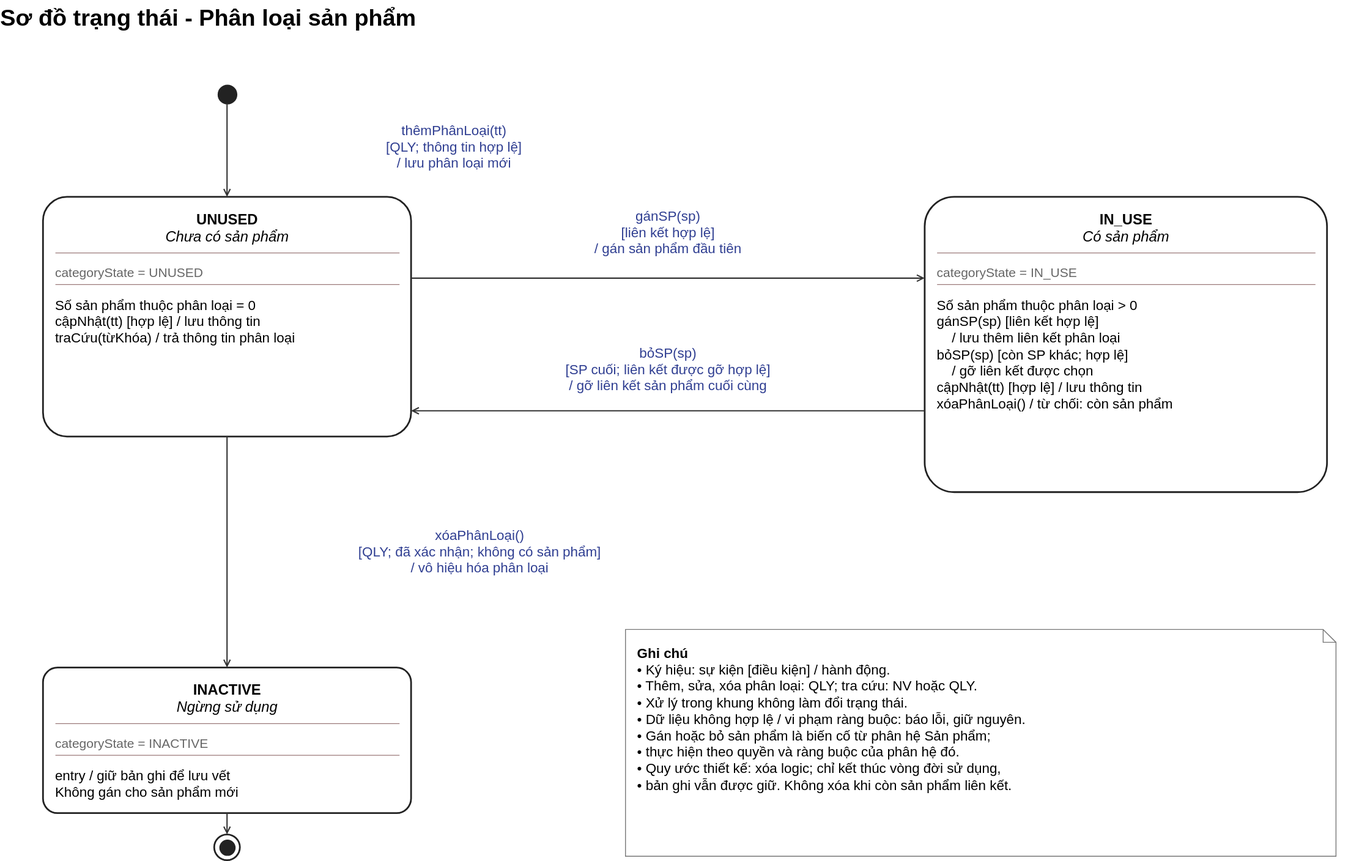
Earlier version of the draw.io export 4.Submit_State/PLSP.drawio.svg (DPEldich/DOC-OOAD). Source tidied: cells renumbered, new cells last; positions are measured from the earlier drawing's top-left corner, leaving out a move shared by most shapes.
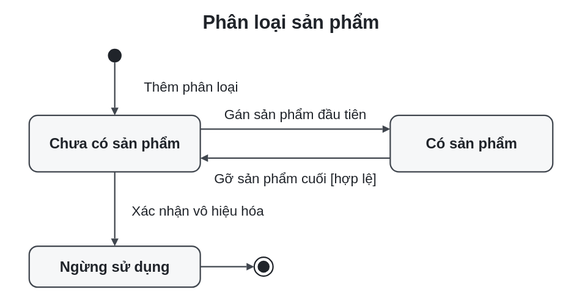
After the commit.

What changed in the source:
```diff
@@ -1,120 +1,50 @@
-<mxGraphModel>
+<mxGraphModel background="#ffffff">
   <root>
     <mxCell id="0" />
     <mxCell id="1" parent="0" />
-    <mxCell id="2" value="&lt;b&gt;Sơ đồ trạng thái - Phân loại sản phẩm&lt;/b&gt;" style="text;html=1;strokeColor=none;fillColor=none;align=left;verticalAlign=top;whiteSpace=wrap;overflow=hidden;fontFamily=Arial;spacing=0;fontSize=27;" parent="1" vertex="1">
-      <mxGeometry width="1600" height="34" as="geometry" />
+    <mxCell id="2" value="Phân loại sản phẩm" style="text;strokeColor=none;fillColor=none;fontSize=22;fontStyle=1;fontFamily=Arial;fontColor=#20242a;align=center;verticalAlign=middle;whiteSpace=wrap;html=0;" parent="1" vertex="1">
+      <mxGeometry x="-32" y="-12" width="664" height="36" as="geometry" />
     </mxCell>
+    <mxCell id="21" style="ellipse;strokeColor=#20242a;fillColor=#20242a;strokeWidth=1.6;fontFamily=Arial;fontColor=#20242a;align=center;verticalAlign=middle;whiteSpace=wrap;html=0;" parent="1" vertex="1">
+      <mxGeometry x="86" y="37" width="16" height="16" as="geometry" />
+    </mxCell>
-    <mxCell id="3" style="rounded=1;arcSize=10;whiteSpace=wrap;html=1;fillColor=#ffffff;strokeColor=#222222;strokeWidth=2;" parent="1" vertex="1">
-      <mxGeometry x="50" y="230" width="430" height="280" as="geometry" />
+    <mxCell id="3" value="Chưa có sản phẩm" style="rounded=1;absoluteArcSize=1;arcSize=20;strokeColor=#40464e;strokeWidth=1.6;fillColor=#f6f7f8;fontSize=17;fontStyle=1;fontFamily=Arial;fontColor=#20242a;align=center;verticalAlign=middle;whiteSpace=wrap;html=0;" parent="1" vertex="1">
+      <mxGeometry x="-6" y="115" width="200" height="66" as="geometry" />
     </mxCell>
-    <mxCell id="4" value="&lt;b&gt;UNUSED&lt;/b&gt;&lt;br&gt;&lt;i&gt;Chưa có sản phẩm&lt;/i&gt;" style="text;html=1;strokeColor=none;fillColor=none;align=left;verticalAlign=top;whiteSpace=wrap;overflow=hidden;fontFamily=Arial;spacing=0;fontSize=17;align=center;" parent="3" vertex="1">
-      <mxGeometry x="12" y="12" width="406" height="50" as="geometry" />
-    </mxCell>
-    <mxCell id="5" value="categoryState = UNUSED" style="text;html=1;strokeColor=none;fillColor=none;align=left;verticalAlign=top;whiteSpace=wrap;overflow=hidden;fontFamily=Arial;spacing=0;fontSize=15;fontColor=#666666;" parent="3" vertex="1">
-      <mxGeometry x="14" y="75" width="402" height="25" as="geometry" />
-    </mxCell>
-    <mxCell id="6" value="Số sản phẩm thuộc phân loại = 0&lt;br&gt;cậpNhật(tt) [hợp lệ] / lưu thông tin&lt;br&gt;traCứu(từKhóa) / trả thông tin phân loại" style="text;html=1;strokeColor=none;fillColor=none;align=left;verticalAlign=top;whiteSpace=wrap;overflow=hidden;fontFamily=Arial;spacing=0;fontSize=16;lineHeight=21;" parent="3" vertex="1">
-      <mxGeometry x="14" y="112" width="402" height="158" as="geometry" />
-    </mxCell>
-    <mxCell id="7" style="endArrow=none;startArrow=none;strokeColor=#9a7979;strokeWidth=1;html=1;" parent="3" edge="1">
-      <mxGeometry relative="1" as="geometry">
-        <mxPoint x="14" y="65" as="sourcePoint" />
-        <mxPoint x="416" y="65" as="targetPoint" />
-      </mxGeometry>
-    </mxCell>
-    <mxCell id="8" style="endArrow=none;startArrow=none;strokeColor=#9a7979;strokeWidth=1;html=1;" parent="3" edge="1">
-      <mxGeometry relative="1" as="geometry">
-        <mxPoint x="14" y="102" as="sourcePoint" />
-        <mxPoint x="416" y="102" as="targetPoint" />
-      </mxGeometry>
-    </mxCell>
-    <mxCell id="9" style="rounded=1;arcSize=10;whiteSpace=wrap;html=1;fillColor=#ffffff;strokeColor=#222222;strokeWidth=2;" parent="1" vertex="1">
-      <mxGeometry x="1080" y="230" width="470" height="345" as="geometry" />
+    <mxCell id="9" value="Có sản phẩm" style="rounded=1;absoluteArcSize=1;arcSize=20;strokeColor=#40464e;strokeWidth=1.6;fillColor=#f6f7f8;fontSize=17;fontStyle=1;fontFamily=Arial;fontColor=#20242a;align=center;verticalAlign=middle;whiteSpace=wrap;html=0;" parent="1" vertex="1">
+      <mxGeometry x="416" y="115" width="190" height="66" as="geometry" />
     </mxCell>
-    <mxCell id="10" value="&lt;b&gt;IN_USE&lt;/b&gt;&lt;br&gt;&lt;i&gt;Có sản phẩm&lt;/i&gt;" style="text;html=1;strokeColor=none;fillColor=none;align=left;verticalAlign=top;whiteSpace=wrap;overflow=hidden;fontFamily=Arial;spacing=0;fontSize=17;align=center;" parent="9" vertex="1">
-      <mxGeometry x="12" y="12" width="446" height="50" as="geometry" />
-    </mxCell>
-    <mxCell id="11" value="categoryState = IN_USE" style="text;html=1;strokeColor=none;fillColor=none;align=left;verticalAlign=top;whiteSpace=wrap;overflow=hidden;fontFamily=Arial;spacing=0;fontSize=15;fontColor=#666666;" parent="9" vertex="1">
-      <mxGeometry x="14" y="75" width="442" height="25" as="geometry" />
-    </mxCell>
-    <mxCell id="12" value="Số sản phẩm thuộc phân loại &amp;gt; 0&lt;br&gt;gánSP(sp) [liên kết hợp lệ]&lt;br&gt;&amp;nbsp;&amp;nbsp;&amp;nbsp;&amp;nbsp;/ lưu thêm liên kết phân loại&lt;br&gt;bỏSP(sp) [còn SP khác; hợp lệ]&lt;br&gt;&amp;nbsp;&amp;nbsp;&amp;nbsp;&amp;nbsp;/ gỡ liên kết được chọn&lt;br&gt;cậpNhật(tt) [hợp lệ] / lưu thông tin&lt;br&gt;xóaPhânLoại() / từ chối: còn sản phẩm" style="text;html=1;strokeColor=none;fillColor=none;align=left;verticalAlign=top;whiteSpace=wrap;overflow=hidden;fontFamily=Arial;spacing=0;fontSize=16;lineHeight=21;" parent="9" vertex="1">
-      <mxGeometry x="14" y="112" width="442" height="223" as="geometry" />
-    </mxCell>
-    <mxCell id="13" style="endArrow=none;startArrow=none;strokeColor=#9a7979;strokeWidth=1;html=1;" parent="9" edge="1">
-      <mxGeometry relative="1" as="geometry">
-        <mxPoint x="14" y="65" as="sourcePoint" />
-        <mxPoint x="456" y="65" as="targetPoint" />
-      </mxGeometry>
-    </mxCell>
-    <mxCell id="14" style="endArrow=none;startArrow=none;strokeColor=#9a7979;strokeWidth=1;html=1;" parent="9" edge="1">
-      <mxGeometry relative="1" as="geometry">
-        <mxPoint x="14" y="102" as="sourcePoint" />
-        <mxPoint x="456" y="102" as="targetPoint" />
-      </mxGeometry>
-    </mxCell>
-    <mxCell id="15" style="rounded=1;arcSize=10;whiteSpace=wrap;html=1;fillColor=#ffffff;strokeColor=#222222;strokeWidth=2;" parent="1" vertex="1">
-      <mxGeometry x="50" y="780" width="430" height="170" as="geometry" />
+    <mxCell id="15" value="Ngừng sử dụng" style="rounded=1;absoluteArcSize=1;arcSize=20;strokeColor=#40464e;strokeWidth=1.6;fillColor=#f6f7f8;fontSize=17;fontStyle=1;fontFamily=Arial;fontColor=#20242a;align=center;verticalAlign=middle;whiteSpace=wrap;html=0;" parent="1" vertex="1">
+      <mxGeometry x="-6" y="268" width="200" height="48" as="geometry" />
     </mxCell>
-    <mxCell id="16" value="&lt;b&gt;INACTIVE&lt;/b&gt;&lt;br&gt;&lt;i&gt;Ngừng sử dụng&lt;/i&gt;" style="text;html=1;strokeColor=none;fillColor=none;align=left;verticalAlign=top;whiteSpace=wrap;overflow=hidden;fontFamily=Arial;spacing=0;fontSize=17;align=center;" parent="15" vertex="1">
-      <mxGeometry x="12" y="12" width="406" height="50" as="geometry" />
-    </mxCell>
-    <mxCell id="17" value="categoryState = INACTIVE" style="text;html=1;strokeColor=none;fillColor=none;align=left;verticalAlign=top;whiteSpace=wrap;overflow=hidden;fontFamily=Arial;spacing=0;fontSize=15;fontColor=#666666;" parent="15" vertex="1">
-      <mxGeometry x="14" y="75" width="402" height="25" as="geometry" />
-    </mxCell>
-    <mxCell id="18" value="entry / giữ bản ghi để lưu vết&lt;br&gt;Không gán cho sản phẩm mới" style="text;html=1;strokeColor=none;fillColor=none;align=left;verticalAlign=top;whiteSpace=wrap;overflow=hidden;fontFamily=Arial;spacing=0;fontSize=16;lineHeight=21;" parent="15" vertex="1">
-      <mxGeometry x="14" y="112" width="402" height="48" as="geometry" />
-    </mxCell>
-    <mxCell id="19" style="endArrow=none;startArrow=none;strokeColor=#9a7979;strokeWidth=1;html=1;" parent="15" edge="1">
-      <mxGeometry relative="1" as="geometry">
-        <mxPoint x="14" y="65" as="sourcePoint" />
-        <mxPoint x="416" y="65" as="targetPoint" />
-      </mxGeometry>
-    </mxCell>
-    <mxCell id="20" style="endArrow=none;startArrow=none;strokeColor=#9a7979;strokeWidth=1;html=1;" parent="15" edge="1">
-      <mxGeometry relative="1" as="geometry">
-        <mxPoint x="14" y="102" as="sourcePoint" />
-        <mxPoint x="416" y="102" as="targetPoint" />
-      </mxGeometry>
-    </mxCell>
-    <mxCell id="21" style="ellipse;html=1;fillColor=#222222;strokeColor=#222222;" parent="1" vertex="1">
-      <mxGeometry x="254" y="99" width="22" height="22" as="geometry" />
-    </mxCell>
-    <mxCell id="22" style="ellipse;html=1;fillColor=#ffffff;strokeColor=#222222;strokeWidth=2;" parent="1" vertex="1">
-      <mxGeometry x="250" y="975" width="30" height="30" as="geometry" />
+    <mxCell id="22" style="ellipse;fillColor=#ffffff;strokeColor=#20242a;strokeWidth=1.6;" parent="1" vertex="1">
+      <mxGeometry x="257" y="281" width="22" height="22" as="geometry" />
     </mxCell>
-    <mxCell id="23" style="ellipse;html=1;fillColor=#222222;strokeColor=#222222;" parent="1" vertex="1">
-      <mxGeometry x="256" y="981" width="18" height="18" as="geometry" />
+    <mxCell id="23" style="ellipse;fillColor=#20242a;strokeColor=none;" parent="22" vertex="1">
+      <mxGeometry x="4" y="4" width="14" height="14" as="geometry" />
     </mxCell>
-    <mxCell id="24" style="edgeStyle=none;rounded=1;endArrow=open;endFill=0;strokeColor=#333333;strokeWidth=1.5;exitX=0.5;exitY=1;exitPerimeter=0;entryX=0.5;entryY=0.0;entryPerimeter=0;" parent="1" edge="1" source="21" target="3">
-      <mxGeometry relative="1" as="geometry" />
+    <mxCell id="24" value="Thêm phân loại" style="noEdgeStyle=1;rounded=1;endArrow=block;endFill=1;endSize=8;strokeWidth=1.6;strokeColor=#40464e;fontFamily=Arial;fontSize=16;fontColor=#20242a;align=center;verticalAlign=middle;html=0;exitX=0.5;exitY=1;exitPerimeter=0;entryX=0.5;entryY=0;entryPerimeter=0;" parent="1" edge="1" source="21" target="3">
+      <mxGeometry relative="1" as="geometry">
+        <mxPoint x="89" y="-2" as="offset" />
+      </mxGeometry>
     </mxCell>
-    <mxCell id="25" value="thêmPhânLoại(tt)&lt;br&gt;[QLY; thông tin hợp lệ]&lt;br&gt;/ lưu phân loại mới" style="text;html=1;strokeColor=none;fillColor=none;align=left;verticalAlign=top;whiteSpace=wrap;overflow=hidden;fontFamily=Arial;spacing=0;fontSize=16;fontColor=#303f92;align=center;fillColor=#ffffff;" parent="1" vertex="1">
-      <mxGeometry x="295" y="138" width="470" height="71" as="geometry" />
-    </mxCell>
-    <mxCell id="26" style="edgeStyle=none;rounded=1;endArrow=open;endFill=0;strokeColor=#333333;strokeWidth=1.5;exitX=1.0;exitY=0.3392857142857143;exitPerimeter=0;entryX=0.0;entryY=0.2753623188405797;entryPerimeter=0;" parent="1" edge="1" source="3" target="9">
-      <mxGeometry relative="1" as="geometry" />
+    <mxCell id="26" value="Gán sản phẩm đầu tiên" style="noEdgeStyle=1;rounded=1;endArrow=block;endFill=1;endSize=8;strokeWidth=1.6;strokeColor=#40464e;fontFamily=Arial;fontSize=16;fontColor=#20242a;align=center;verticalAlign=middle;html=0;exitX=1;exitY=0.242424;exitPerimeter=0;entryX=0;entryY=0.242424;entryPerimeter=0;" parent="1" edge="1" source="3" target="9">
+      <mxGeometry relative="1" as="geometry">
+        <mxPoint y="-17" as="offset" />
+      </mxGeometry>
     </mxCell>
-    <mxCell id="27" value="gánSP(sp)&lt;br&gt;[liên kết hợp lệ]&lt;br&gt;/ gán sản phẩm đầu tiên" style="text;html=1;strokeColor=none;fillColor=none;align=left;verticalAlign=top;whiteSpace=wrap;overflow=hidden;fontFamily=Arial;spacing=0;fontSize=16;fontColor=#303f92;align=center;fillColor=#ffffff;" parent="1" vertex="1">
-      <mxGeometry x="505" y="238" width="550" height="71" as="geometry" />
-    </mxCell>
-    <mxCell id="28" style="edgeStyle=none;rounded=1;endArrow=open;endFill=0;strokeColor=#333333;strokeWidth=1.5;exitX=0.0;exitY=0.7246376811594203;exitPerimeter=0;entryX=1.0;entryY=0.8928571428571429;entryPerimeter=0;" parent="1" edge="1" source="9" target="3">
-      <mxGeometry relative="1" as="geometry" />
+    <mxCell id="28" value="Gỡ sản phẩm cuối [hợp lệ]" style="noEdgeStyle=1;rounded=1;endArrow=block;endFill=1;endSize=8;strokeWidth=1.6;strokeColor=#40464e;fontFamily=Arial;fontSize=16;fontColor=#20242a;align=center;verticalAlign=middle;html=0;exitX=0;exitY=0.757576;exitPerimeter=0;entryX=1;entryY=0.757576;entryPerimeter=0;" parent="1" edge="1" source="9" target="3">
+      <mxGeometry relative="1" as="geometry">
+        <mxPoint y="24" as="offset" />
+      </mxGeometry>
     </mxCell>
-    <mxCell id="29" value="bỏSP(sp)&lt;br&gt;[SP cuối; liên kết được gỡ hợp lệ]&lt;br&gt;/ gỡ liên kết sản phẩm cuối cùng" style="text;html=1;strokeColor=none;fillColor=none;align=left;verticalAlign=top;whiteSpace=wrap;overflow=hidden;fontFamily=Arial;spacing=0;fontSize=16;fontColor=#303f92;align=center;fillColor=#ffffff;" parent="1" vertex="1">
-      <mxGeometry x="505" y="398" width="550" height="71" as="geometry" />
-    </mxCell>
-    <mxCell id="30" style="edgeStyle=none;rounded=1;endArrow=open;endFill=0;strokeColor=#333333;strokeWidth=1.5;exitX=0.5;exitY=1.0;exitPerimeter=0;entryX=0.5;entryY=0.0;entryPerimeter=0;" parent="1" edge="1" source="3" target="15">
-      <mxGeometry relative="1" as="geometry" />
+    <mxCell id="30" value="Xác nhận vô hiệu hóa" style="noEdgeStyle=1;rounded=1;endArrow=block;endFill=1;endSize=8;strokeWidth=1.6;strokeColor=#40464e;fontFamily=Arial;fontSize=16;fontColor=#20242a;align=center;verticalAlign=middle;html=0;exitX=0.5;exitY=1;exitPerimeter=0;entryX=0.5;entryY=0;entryPerimeter=0;" parent="1" edge="1" source="3" target="15">
+      <mxGeometry relative="1" as="geometry">
+        <mxPoint x="97" y="2.5" as="offset" />
+      </mxGeometry>
     </mxCell>
-    <mxCell id="31" value="xóaPhânLoại()&lt;br&gt;[QLY; đã xác nhận; không có sản phẩm]&lt;br&gt;/ vô hiệu hóa phân loại" style="text;html=1;strokeColor=none;fillColor=none;align=left;verticalAlign=top;whiteSpace=wrap;overflow=hidden;fontFamily=Arial;spacing=0;fontSize=16;fontColor=#303f92;align=center;fillColor=#ffffff;" parent="1" vertex="1">
-      <mxGeometry x="285" y="611" width="550" height="71" as="geometry" />
-    </mxCell>
-    <mxCell id="32" style="edgeStyle=none;rounded=1;endArrow=open;endFill=0;strokeColor=#333333;strokeWidth=1.5;exitX=0.5;exitY=1.0;exitPerimeter=0;entryX=0.5;entryY=0;entryPerimeter=0;" parent="1" edge="1" source="15" target="22">
+    <mxCell id="32" style="noEdgeStyle=1;rounded=1;endArrow=block;endFill=1;endSize=8;strokeWidth=1.6;strokeColor=#40464e;fontFamily=Arial;fontSize=16;fontColor=#20242a;align=center;verticalAlign=middle;html=0;exitX=1;exitY=0.5;exitPerimeter=0;entryX=0;entryY=0.5;entryPerimeter=0;" parent="1" edge="1" source="15" target="22">
       <mxGeometry relative="1" as="geometry" />
     </mxCell>
-    <mxCell id="33" value="&lt;b&gt;Ghi chú&lt;/b&gt;&lt;br&gt;• Ký hiệu: sự kiện [điều kiện] / hành động.&lt;br&gt;• Thêm, sửa, xóa phân loại: QLY; tra cứu: NV hoặc QLY.&lt;br&gt;• Xử lý trong khung không làm đổi trạng thái.&lt;br&gt;• Dữ liệu không hợp lệ / vi phạm ràng buộc: báo lỗi, giữ nguyên.&lt;br&gt;• Gán hoặc bỏ sản phẩm là biến cố từ phân hệ Sản phẩm;&lt;br&gt;• thực hiện theo quyền và ràng buộc của phân hệ đó.&lt;br&gt;• Quy ước thiết kế: xóa logic; chỉ kết thúc vòng đời sử dụng,&lt;br&gt;• bản ghi vẫn được giữ. Không xóa khi còn sản phẩm liên kết." style="shape=note;size=15;html=1;whiteSpace=wrap;fillColor=#ffffff;strokeColor=#777777;fontFamily=Arial;fontSize=16;align=left;verticalAlign=top;spacing=14;" parent="1" vertex="1">
-      <mxGeometry x="730" y="735" width="830" height="265" as="geometry" />
-    </mxCell>
   </root>
 </mxGraphModel>
```
